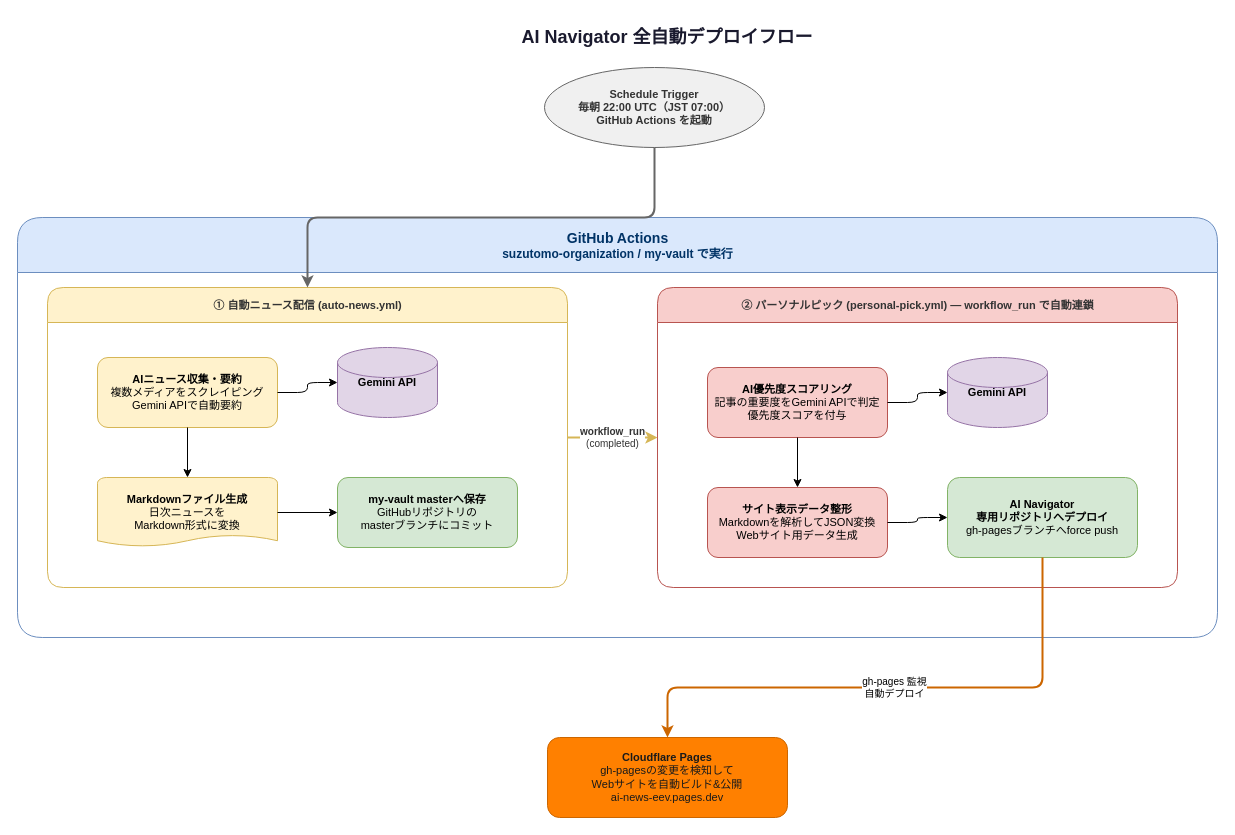
The draw.io diagram AI_Navigator_全自動フロー.drawio in suzutomo1984/ai-navigator, before the edit. Source tidied: cells renumbered, new cells numbered last; positions are measured from the earlier drawing's top-left corner, leaving out a move shared by most shapes. Both pictures are drawn from the tidied source at 100%, with x=0, y=0 at pixel (17, 17).
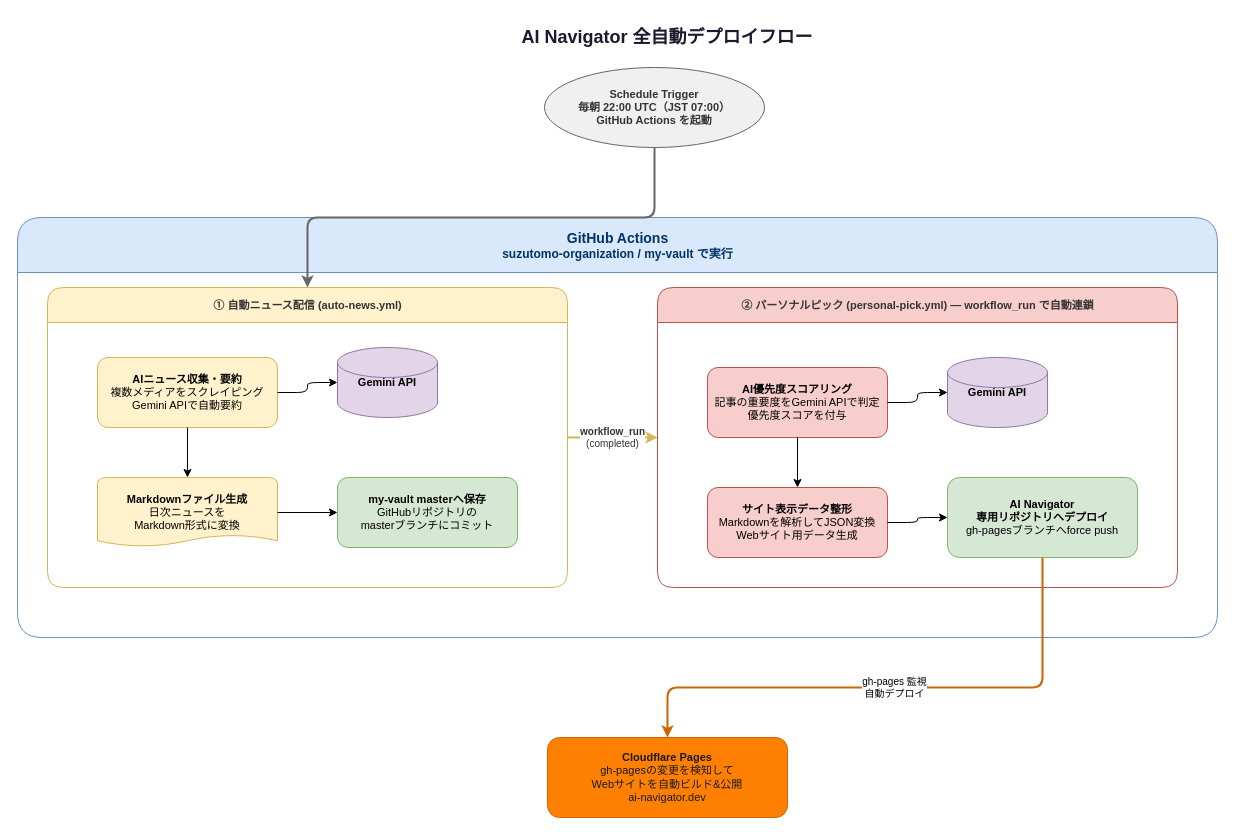
Above is the later version.

What changed in the source:
```diff
@@
-    <mxCell id="23" value="&lt;b&gt;Cloudflare Pages&lt;/b&gt;&lt;br&gt;gh-pagesの変更を検知して&lt;br&gt;Webサイトを自動ビルド&amp;amp;公開&lt;br&gt;ai-news-eev.pages.dev" style="rounded=1;whiteSpace=wrap;html=1;fillColor=#ff8000;strokeColor=#cc6600;fontColor=#1a1a1a;fontSize=11;" parent="1" vertex="1">
+    <mxCell id="23" value="&lt;b&gt;Cloudflare Pages&lt;/b&gt;&lt;br&gt;gh-pagesの変更を検知して&lt;br&gt;Webサイトを自動ビルド&amp;amp;公開&lt;br&gt;ai-navigator.dev" style="rounded=1;whiteSpace=wrap;html=1;fillColor=#ff8000;strokeColor=#cc6600;fontColor=#1a1a1a;fontSize=11;" parent="1" vertex="1">
       <mxGeometry x="530" y="720" width="240" height="80" as="geometry" />
     </mxCell>
```
